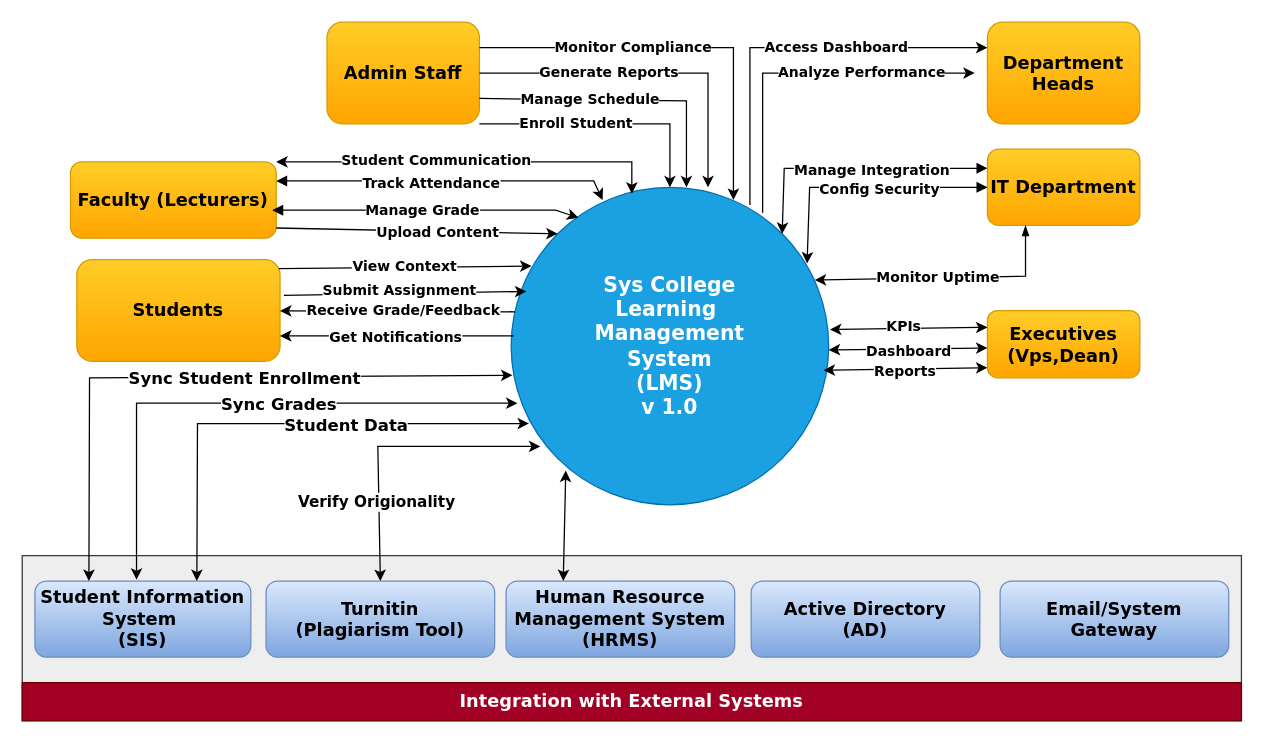
ZohaibWaqarMalik/Technical-Business-Analyst-Projects keeps this draw.io diagram as 02 - LMS-SysCollege/02 - Diagrams/System Context Diagram.drawio. Above is the earlier version. Source tidied: cells renumbered, new cells numbered last; positions are measured from the earlier drawing's top-left corner, leaving out a move shared by most shapes. Both pictures are drawn from the tidied source at 127%, with x=0, y=0 at pixel (22, 22).
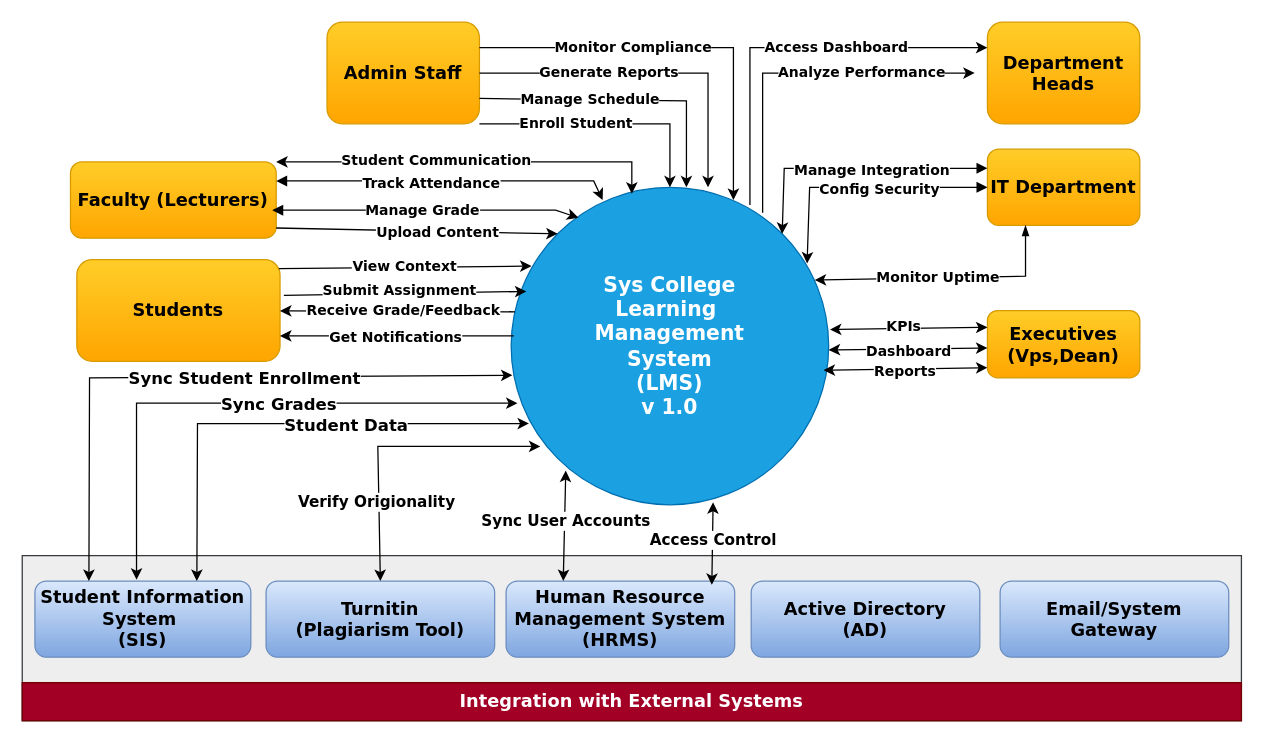
The same diagram, later.

Commit message:
Update System Context Diagram

Include Mapping / Connections for External System
- Human resource Management System (HRMS)

Unchanged cells that the change refers to:
```xml
<mxCell id="2" value="&lt;div&gt;&lt;font face=&quot;Verdana&quot; style=&quot;font-size: 16px;&quot;&gt;&lt;b style=&quot;&quot;&gt;Sys College&lt;/b&gt;&lt;/font&gt;&lt;/div&gt;&lt;div&gt;&lt;b style=&quot;font-size: 16px; background-color: transparent;&quot;&gt;&lt;font style=&quot;color: light-dark(rgb(255, 255, 255), rgb(255, 255, 255));&quot; face=&quot;Verdana&quot;&gt;Learning&amp;nbsp;&lt;/font&gt;&lt;/b&gt;&lt;/div&gt;&lt;div&gt;&lt;font face=&quot;Verdana&quot; style=&quot;font-size: 16px;&quot;&gt;&lt;b&gt;Management&lt;/b&gt;&lt;/font&gt;&lt;/div&gt;&lt;div&gt;&lt;font face=&quot;Verdana&quot; style=&quot;font-size: 16px;&quot;&gt;&lt;b&gt;System&lt;/b&gt;&lt;/font&gt;&lt;/div&gt;&lt;div&gt;&lt;font face=&quot;Verdana&quot; style=&quot;font-size: 16px;&quot;&gt;&lt;b&gt;(LMS)&lt;br&gt;&lt;/b&gt;&lt;/font&gt;&lt;div&gt;&lt;font face=&quot;Verdana&quot; style=&quot;font-size: 16px;&quot;&gt;&lt;b style=&quot;&quot;&gt;v 1.0&lt;/b&gt;&lt;/font&gt;&lt;/div&gt;&lt;/div&gt;" style="ellipse;whiteSpace=wrap;html=1;fillColor=#1ba1e2;fontColor=#ffffff;strokeColor=#006EAF;" parent="1" vertex="1">
  <mxGeometry x="385" y="130" width="250" height="250" as="geometry" />
</mxCell>
<mxCell id="52" value="&lt;b&gt;&lt;font style=&quot;font-size: 14px;&quot; face=&quot;Verdana&quot;&gt;Human Resource Management System&lt;br&gt;(HRMS)&lt;/font&gt;&lt;/b&gt;" style="rounded=1;whiteSpace=wrap;html=1;fillColor=#dae8fc;strokeColor=#6c8ebf;gradientColor=#7ea6e0;" parent="1" vertex="1">
  <mxGeometry x="381" y="440" width="180" height="60" as="geometry" />
</mxCell>
<mxCell id="64" style="endArrow=classic;startArrow=classic;html=1;rounded=0;exitX=0.25;exitY=0;exitDx=0;exitDy=0;entryX=0.172;entryY=0.892;entryDx=0;entryDy=0;entryPerimeter=0;" parent="1" edge="1" source="52" target="2">
  <mxGeometry relative="1" as="geometry" />
</mxCell>
```

What changed in the source:
```diff
@@
+    <mxCell id="65" value="&lt;b&gt;&lt;font style=&quot;font-size: 12px;&quot; face=&quot;Verdana&quot;&gt;Sync User Accounts&lt;/font&gt;&lt;/b&gt;" style="edgeLabel;html=1;align=center;verticalAlign=middle;" parent="64" vertex="1">
+      <mxGeometry x="0.1" relative="1" as="geometry" />
+    </mxCell>
+    <mxCell id="66" style="endArrow=classic;startArrow=classic;html=1;rounded=0;exitX=0.9;exitY=0.05;exitDx=0;exitDy=0;exitPerimeter=0;entryX=0.636;entryY=0.992;entryDx=0;entryDy=0;entryPerimeter=0;" parent="1" edge="1" source="52" target="2">
+      <mxGeometry relative="1" as="geometry" />
+    </mxCell>
+    <mxCell id="67" value="&lt;b&gt;&lt;font style=&quot;font-size: 12px;&quot; face=&quot;Verdana&quot;&gt;Access Control&lt;/font&gt;&lt;/b&gt;" style="edgeLabel;html=1;align=center;verticalAlign=middle;" parent="66" vertex="1">
+      <mxGeometry x="0.1" relative="1" as="geometry" />
+    </mxCell>
```
